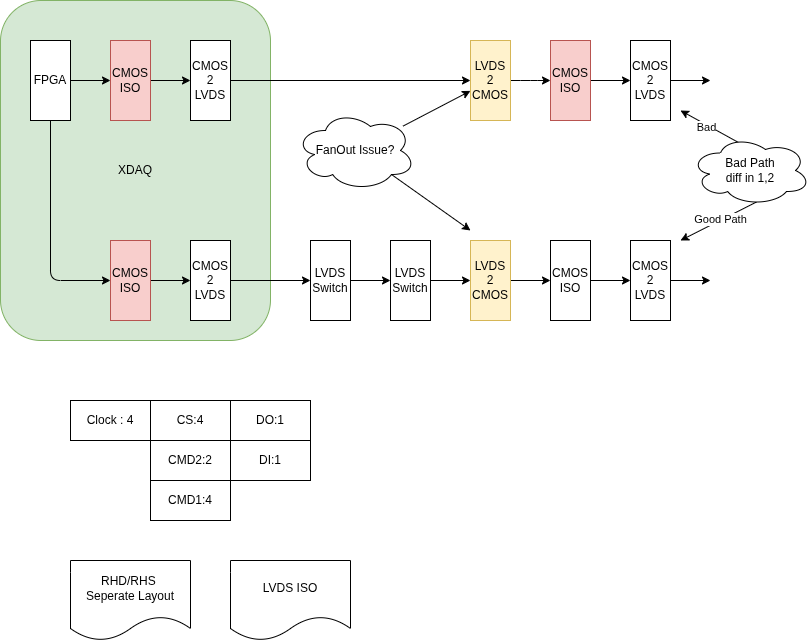
The draw.io diagram docs/diagrams/2026/PortIsolation.png in tzechienchu/mynotes, before a commit. Source tidied: cells renumbered, new cells last; positions are measured from the earlier drawing's top-left corner, leaving out a move shared by most shapes.
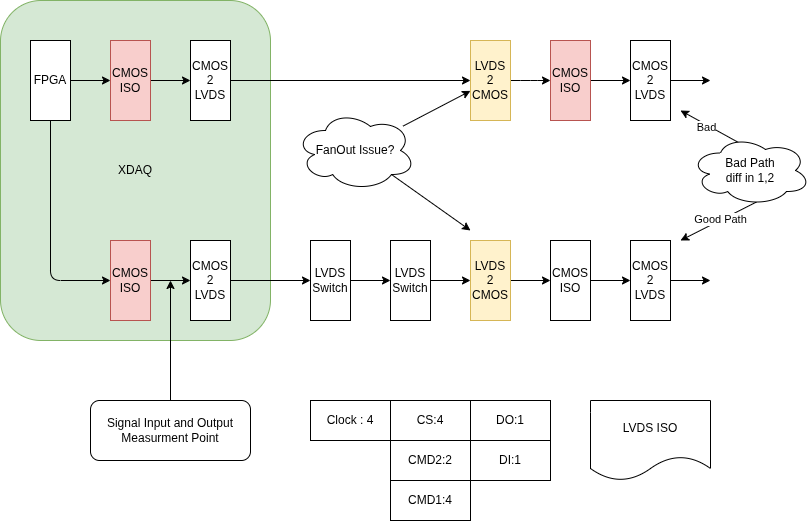
Later version of the same file.

Diff of the diagram source:
```diff
@@ -101,22 +101,22 @@
       <mxGeometry x="190" y="240" width="40" height="80" as="geometry" />
     </mxCell>
     <mxCell id="30" value="Clock : 4" style="rounded=0;whiteSpace=wrap;html=1;" parent="1" vertex="1">
-      <mxGeometry x="70" y="400" width="80" height="40" as="geometry" />
+      <mxGeometry x="310" y="400" width="80" height="40" as="geometry" />
     </mxCell>
     <mxCell id="31" value="CS:4" style="rounded=0;whiteSpace=wrap;html=1;" parent="1" vertex="1">
-      <mxGeometry x="150" y="400" width="80" height="40" as="geometry" />
+      <mxGeometry x="390" y="400" width="80" height="40" as="geometry" />
     </mxCell>
     <mxCell id="32" value="DO:1" style="rounded=0;whiteSpace=wrap;html=1;" parent="1" vertex="1">
-      <mxGeometry x="230" y="400" width="80" height="40" as="geometry" />
+      <mxGeometry x="470" y="400" width="80" height="40" as="geometry" />
     </mxCell>
     <mxCell id="33" value="CMD1:4" style="rounded=0;whiteSpace=wrap;html=1;" parent="1" vertex="1">
-      <mxGeometry x="150" y="480" width="80" height="40" as="geometry" />
+      <mxGeometry x="390" y="480" width="80" height="40" as="geometry" />
     </mxCell>
     <mxCell id="34" value="CMD2:2" style="rounded=0;whiteSpace=wrap;html=1;" parent="1" vertex="1">
-      <mxGeometry x="150" y="440" width="80" height="40" as="geometry" />
+      <mxGeometry x="390" y="440" width="80" height="40" as="geometry" />
     </mxCell>
     <mxCell id="35" value="DI:1" style="rounded=0;whiteSpace=wrap;html=1;" parent="1" vertex="1">
-      <mxGeometry x="230" y="440" width="80" height="40" as="geometry" />
+      <mxGeometry x="470" y="440" width="80" height="40" as="geometry" />
     </mxCell>
     <mxCell id="36" style="edgeStyle=none;html=1;exitX=0.4;exitY=0.1;exitDx=0;exitDy=0;exitPerimeter=0;" parent="1" edge="1" source="40">
       <mxGeometry relative="1" as="geometry">
@@ -137,11 +137,8 @@
     <mxCell id="40" value="Bad Path&lt;div&gt;diff in 1,2&lt;/div&gt;" style="ellipse;shape=cloud;whiteSpace=wrap;html=1;" parent="1" vertex="1">
       <mxGeometry x="690" y="135" width="120" height="70" as="geometry" />
     </mxCell>
-    <mxCell id="41" value="RHD/RHS&amp;nbsp;&lt;div&gt;Seperate Layout&lt;/div&gt;" style="shape=document;whiteSpace=wrap;html=1;boundedLbl=1;" parent="1" vertex="1">
-      <mxGeometry x="70" y="560" width="120" height="80" as="geometry" />
-    </mxCell>
     <mxCell id="42" value="LVDS ISO" style="shape=document;whiteSpace=wrap;html=1;boundedLbl=1;" parent="1" vertex="1">
-      <mxGeometry x="230" y="560" width="120" height="80" as="geometry" />
+      <mxGeometry x="590" y="400" width="120" height="80" as="geometry" />
     </mxCell>
     <mxCell id="43" style="edgeStyle=none;html=1;" parent="1" edge="1" source="45" target="11">
       <mxGeometry relative="1" as="geometry" />
@@ -154,5 +151,13 @@
     <mxCell id="45" value="FanOut Issue?" style="ellipse;shape=cloud;whiteSpace=wrap;html=1;" parent="1" vertex="1">
       <mxGeometry x="295" y="110" width="120" height="80" as="geometry" />
     </mxCell>
+    <mxCell id="46" style="edgeStyle=none;html=1;exitX=0.5;exitY=0;exitDx=0;exitDy=0;" parent="1" edge="1" source="47">
+      <mxGeometry relative="1" as="geometry">
+        <mxPoint x="170" y="280" as="targetPoint" />
+      </mxGeometry>
+    </mxCell>
+    <mxCell id="47" value="Signal Input and Output Measurment Point" style="rounded=1;whiteSpace=wrap;html=1;" parent="1" vertex="1">
+      <mxGeometry x="90" y="400" width="160" height="60" as="geometry" />
+    </mxCell>
   </root>
 </mxGraphModel>
```
